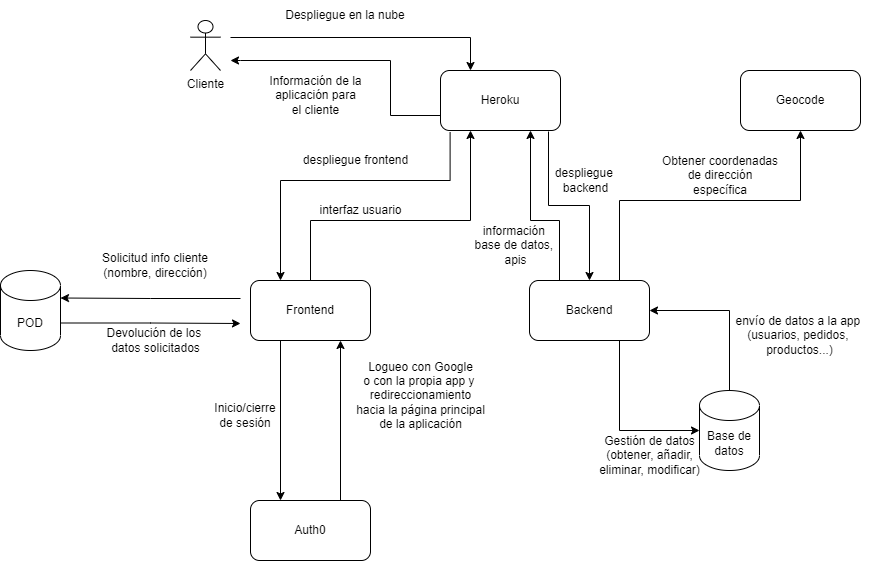
Above: docs/images/03_system_scope_and_context_BusinessDiagram.png in Arquisoft/dede_es2a (draw.io), before the change. Source tidied: cells renumbered, new cells last; positions are measured from the earlier drawing's top-left corner, leaving out a move shared by most shapes. Its diagram source:
```xml
<mxGraphModel>
  <root>
    <mxCell id="0" />
    <mxCell id="1" parent="0" />
    <mxCell id="2" style="edgeStyle=orthogonalEdgeStyle;rounded=0;jettySize=auto;html=1;entryX=0.25;entryY=0;entryDx=0;entryDy=0;" parent="1" edge="1" target="7">
      <mxGeometry relative="1" as="geometry">
        <mxPoint x="230" y="37" as="sourcePoint" />
      </mxGeometry>
    </mxCell>
    <mxCell id="3" value="Cliente" style="shape=umlActor;verticalLabelPosition=bottom;verticalAlign=top;html=1;" parent="1" vertex="1">
      <mxGeometry x="190" y="20" width="30" height="50" as="geometry" />
    </mxCell>
    <mxCell id="4" style="edgeStyle=orthogonalEdgeStyle;rounded=0;jettySize=auto;html=1;entryX=0.25;entryY=0;entryDx=0;entryDy=0;exitX=0.08;exitY=1.03;exitDx=0;exitDy=0;exitPerimeter=0;" parent="1" edge="1" source="7" target="11">
      <mxGeometry relative="1" as="geometry">
        <Array as="points">
          <mxPoint x="450" y="180" />
          <mxPoint x="280" y="180" />
        </Array>
      </mxGeometry>
    </mxCell>
    <mxCell id="5" style="edgeStyle=orthogonalEdgeStyle;rounded=0;jettySize=auto;html=1;exitX=0;exitY=0.75;exitDx=0;exitDy=0;" parent="1" edge="1" source="7">
      <mxGeometry relative="1" as="geometry">
        <mxPoint x="230" y="60" as="targetPoint" />
        <Array as="points">
          <mxPoint x="390" y="115" />
          <mxPoint x="390" y="60" />
          <mxPoint x="240" y="60" />
        </Array>
      </mxGeometry>
    </mxCell>
    <mxCell id="6" style="edgeStyle=orthogonalEdgeStyle;rounded=0;jettySize=auto;html=1;exitX=0.9;exitY=1.017;exitDx=0;exitDy=0;exitPerimeter=0;" parent="1" edge="1" source="7" target="14">
      <mxGeometry relative="1" as="geometry" />
    </mxCell>
    <mxCell id="7" value="Heroku" style="rounded=1;whiteSpace=wrap;html=1;" parent="1" vertex="1">
      <mxGeometry x="440" y="70" width="120" height="60" as="geometry" />
    </mxCell>
    <mxCell id="8" style="edgeStyle=orthogonalEdgeStyle;rounded=0;jettySize=auto;html=1;exitX=0.25;exitY=1;exitDx=0;exitDy=0;entryX=0.25;entryY=0;entryDx=0;entryDy=0;" parent="1" edge="1" source="11" target="21">
      <mxGeometry relative="1" as="geometry" />
    </mxCell>
    <mxCell id="9" style="edgeStyle=orthogonalEdgeStyle;rounded=0;jettySize=auto;html=1;entryX=1;entryY=0;entryDx=0;entryDy=27.5;entryPerimeter=0;" parent="1" edge="1" target="18">
      <mxGeometry relative="1" as="geometry">
        <mxPoint x="240" y="298" as="sourcePoint" />
      </mxGeometry>
    </mxCell>
    <mxCell id="10" style="edgeStyle=orthogonalEdgeStyle;rounded=0;jettySize=auto;html=1;exitX=0.5;exitY=0;exitDx=0;exitDy=0;entryX=0.25;entryY=1;entryDx=0;entryDy=0;" parent="1" edge="1" source="11" target="7">
      <mxGeometry relative="1" as="geometry">
        <Array as="points">
          <mxPoint x="310" y="220" />
          <mxPoint x="470" y="220" />
        </Array>
      </mxGeometry>
    </mxCell>
    <mxCell id="11" value="Frontend" style="rounded=1;whiteSpace=wrap;html=1;" parent="1" vertex="1">
      <mxGeometry x="250" y="280" width="120" height="60" as="geometry" />
    </mxCell>
    <mxCell id="12" style="edgeStyle=orthogonalEdgeStyle;rounded=0;jettySize=auto;html=1;entryX=0;entryY=0.5;entryDx=0;entryDy=0;entryPerimeter=0;exitX=0.75;exitY=1;exitDx=0;exitDy=0;" parent="1" edge="1" source="14" target="16">
      <mxGeometry relative="1" as="geometry" />
    </mxCell>
    <mxCell id="13" style="edgeStyle=orthogonalEdgeStyle;rounded=0;jettySize=auto;html=1;exitX=0.25;exitY=0;exitDx=0;exitDy=0;entryX=0.75;entryY=1;entryDx=0;entryDy=0;" parent="1" edge="1" source="14" target="7">
      <mxGeometry relative="1" as="geometry">
        <Array as="points">
          <mxPoint x="559" y="220" />
          <mxPoint x="530" y="220" />
        </Array>
      </mxGeometry>
    </mxCell>
    <mxCell id="14" value="Backend" style="rounded=1;whiteSpace=wrap;html=1;" parent="1" vertex="1">
      <mxGeometry x="529" y="280" width="120" height="60" as="geometry" />
    </mxCell>
    <mxCell id="15" style="edgeStyle=orthogonalEdgeStyle;rounded=0;jettySize=auto;html=1;exitX=0.5;exitY=0;exitDx=0;exitDy=0;exitPerimeter=0;entryX=1;entryY=0.5;entryDx=0;entryDy=0;" parent="1" edge="1" source="16" target="14">
      <mxGeometry relative="1" as="geometry" />
    </mxCell>
    <mxCell id="16" value="Base de datos" style="shape=cylinder3;whiteSpace=wrap;html=1;boundedLbl=1;backgroundOutline=1;size=15;" parent="1" vertex="1">
      <mxGeometry x="699" y="390" width="60" height="80" as="geometry" />
    </mxCell>
    <mxCell id="17" style="edgeStyle=orthogonalEdgeStyle;rounded=0;jettySize=auto;html=1;exitX=1;exitY=0;exitDx=0;exitDy=52.5;exitPerimeter=0;" parent="1" edge="1" source="18">
      <mxGeometry relative="1" as="geometry">
        <mxPoint x="240" y="323" as="targetPoint" />
      </mxGeometry>
    </mxCell>
    <mxCell id="18" value="POD" style="shape=cylinder3;whiteSpace=wrap;html=1;boundedLbl=1;backgroundOutline=1;size=15;" parent="1" vertex="1">
      <mxGeometry y="270" width="60" height="80" as="geometry" />
    </mxCell>
    <mxCell id="19" value="Geocode" style="rounded=1;whiteSpace=wrap;html=1;" parent="1" vertex="1">
      <mxGeometry x="740" y="70" width="120" height="60" as="geometry" />
    </mxCell>
    <mxCell id="20" style="edgeStyle=orthogonalEdgeStyle;rounded=0;jettySize=auto;html=1;exitX=0.75;exitY=0;exitDx=0;exitDy=0;entryX=0.75;entryY=1;entryDx=0;entryDy=0;" parent="1" edge="1" source="21" target="11">
      <mxGeometry relative="1" as="geometry" />
    </mxCell>
    <mxCell id="21" value="Auth0" style="rounded=1;whiteSpace=wrap;html=1;" parent="1" vertex="1">
      <mxGeometry x="250" y="500" width="120" height="60" as="geometry" />
    </mxCell>
    <mxCell id="22" value="Despliegue en la nube" style="text;html=1;strokeColor=none;fillColor=none;align=center;verticalAlign=middle;whiteSpace=wrap;rounded=0;" parent="1" vertex="1">
      <mxGeometry x="280" width="130" height="30" as="geometry" />
    </mxCell>
    <mxCell id="23" style="endArrow=classic;html=1;rounded=0;exitX=0.75;exitY=0;exitDx=0;exitDy=0;entryX=0.5;entryY=1;entryDx=0;entryDy=0;" parent="1" edge="1" source="14" target="19">
      <mxGeometry relative="1" as="geometry">
        <Array as="points">
          <mxPoint x="619" y="200" />
          <mxPoint x="800" y="200" />
        </Array>
      </mxGeometry>
    </mxCell>
    <mxCell id="24" value="Obtener coordenadas de dirección específica" style="text;html=1;strokeColor=none;fillColor=none;align=center;verticalAlign=middle;whiteSpace=wrap;rounded=0;" parent="1" vertex="1">
      <mxGeometry x="660" y="160" width="120" height="30" as="geometry" />
    </mxCell>
    <mxCell id="25" value="Inicio/cierre de sesión" style="text;html=1;strokeColor=none;fillColor=none;align=center;verticalAlign=middle;whiteSpace=wrap;rounded=0;" parent="1" vertex="1">
      <mxGeometry x="215" y="400" width="60" height="30" as="geometry" />
    </mxCell>
    <mxCell id="26" value="Solicitud info cliente (nombre, dirección)" style="text;html=1;strokeColor=none;fillColor=none;align=center;verticalAlign=middle;whiteSpace=wrap;rounded=0;" parent="1" vertex="1">
      <mxGeometry x="90" y="250" width="130" height="30" as="geometry" />
    </mxCell>
    <mxCell id="27" value="Información de la&lt;br&gt;&amp;nbsp;aplicación para &lt;br&gt;el cliente" style="text;html=1;align=center;verticalAlign=middle;strokeColor=none;fillColor=none;" parent="1" vertex="1">
      <mxGeometry x="260" y="70" width="110" height="50" as="geometry" />
    </mxCell>
    <mxCell id="28" value="envío de datos a la app &lt;br&gt;(usuarios, pedidos, &lt;br&gt;productos...)" style="text;html=1;align=center;verticalAlign=middle;strokeColor=none;fillColor=none;" parent="1" vertex="1">
      <mxGeometry x="729" y="310" width="140" height="50" as="geometry" />
    </mxCell>
    <mxCell id="29" value="Gestión de datos&lt;br&gt;(obtener, añadir,&lt;br&gt;eliminar, modificar)" style="text;html=1;align=center;verticalAlign=middle;strokeColor=none;fillColor=none;" parent="1" vertex="1">
      <mxGeometry x="589" y="430" width="120" height="50" as="geometry" />
    </mxCell>
    <mxCell id="30" value="Logueo con Google&lt;br&gt;o con la propia app y&amp;nbsp;&lt;br&gt;redireccionamiento&lt;br&gt;hacia la página principal&lt;br&gt;de la aplicación" style="text;html=1;align=center;verticalAlign=middle;strokeColor=none;fillColor=none;" parent="1" vertex="1">
      <mxGeometry x="350" y="355" width="140" height="80" as="geometry" />
    </mxCell>
    <mxCell id="31" value="Devolución de los &lt;br&gt;datos solicitados" style="text;html=1;align=center;verticalAlign=middle;strokeColor=none;fillColor=none;" parent="1" vertex="1">
      <mxGeometry x="100" y="325" width="110" height="30" as="geometry" />
    </mxCell>
    <mxCell id="32" value="despliegue frontend" style="text;html=1;align=center;verticalAlign=middle;strokeColor=none;fillColor=none;" parent="1" vertex="1">
      <mxGeometry x="295" y="150" width="120" height="20" as="geometry" />
    </mxCell>
    <mxCell id="33" value="despliegue &lt;br&gt;backend" style="text;html=1;align=center;verticalAlign=middle;strokeColor=none;fillColor=none;" parent="1" vertex="1">
      <mxGeometry x="550" y="165" width="70" height="30" as="geometry" />
    </mxCell>
    <mxCell id="34" value="información &lt;br&gt;base de datos, &lt;br&gt;apis" style="text;html=1;align=center;verticalAlign=middle;strokeColor=none;fillColor=none;" parent="1" vertex="1">
      <mxGeometry x="470" y="220" width="90" height="50" as="geometry" />
    </mxCell>
    <mxCell id="35" value="interfaz usuario" style="text;html=1;align=center;verticalAlign=middle;strokeColor=none;fillColor=none;" parent="1" vertex="1">
      <mxGeometry x="310" y="200" width="100" height="20" as="geometry" />
    </mxCell>
  </root>
</mxGraphModel>
```
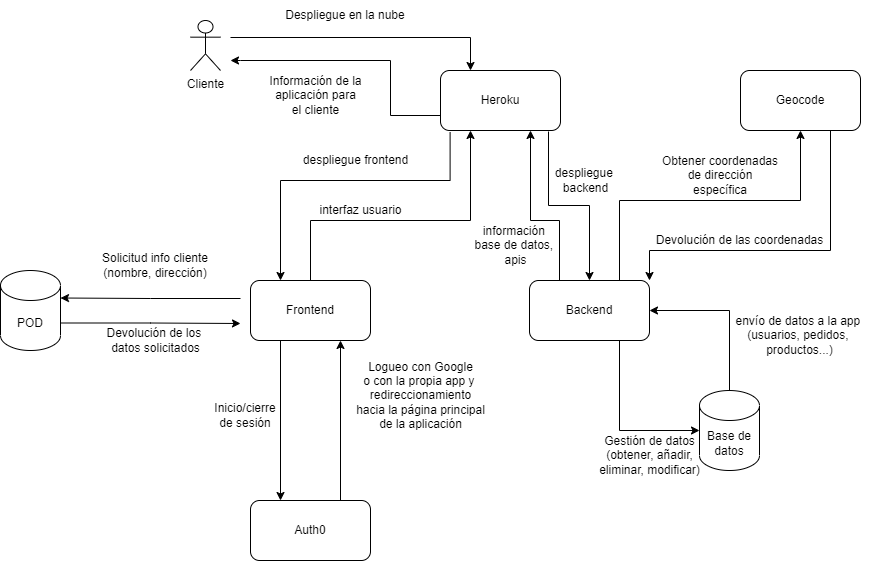
The same file after the commit.

Commit message:
Actualización decripción del contexto técnico

Diff of the diagram source:
```diff
@@ -81,6 +81,14 @@
     <mxCell id="18" value="POD" style="shape=cylinder3;whiteSpace=wrap;html=1;boundedLbl=1;backgroundOutline=1;size=15;" parent="1" vertex="1">
       <mxGeometry y="270" width="60" height="80" as="geometry" />
     </mxCell>
+    <mxCell id="36" style="edgeStyle=orthogonalEdgeStyle;rounded=0;jettySize=auto;html=1;exitX=0.75;exitY=1;exitDx=0;exitDy=0;entryX=1;entryY=0;entryDx=0;entryDy=0;" parent="1" edge="1" source="19" target="14">
+      <mxGeometry relative="1" as="geometry">
+        <Array as="points">
+          <mxPoint x="830" y="250" />
+          <mxPoint x="649" y="250" />
+        </Array>
+      </mxGeometry>
+    </mxCell>
     <mxCell id="19" value="Geocode" style="rounded=1;whiteSpace=wrap;html=1;" parent="1" vertex="1">
       <mxGeometry x="740" y="70" width="120" height="60" as="geometry" />
     </mxCell>
@@ -137,5 +145,8 @@
     <mxCell id="35" value="interfaz usuario" style="text;html=1;align=center;verticalAlign=middle;strokeColor=none;fillColor=none;" parent="1" vertex="1">
       <mxGeometry x="310" y="200" width="100" height="20" as="geometry" />
     </mxCell>
+    <mxCell id="37" value="Devolución de las coordenadas" style="text;html=1;align=center;verticalAlign=middle;strokeColor=none;fillColor=none;" parent="1" vertex="1">
+      <mxGeometry x="649" y="230" width="180" height="20" as="geometry" />
+    </mxCell>
   </root>
 </mxGraphModel>
```
